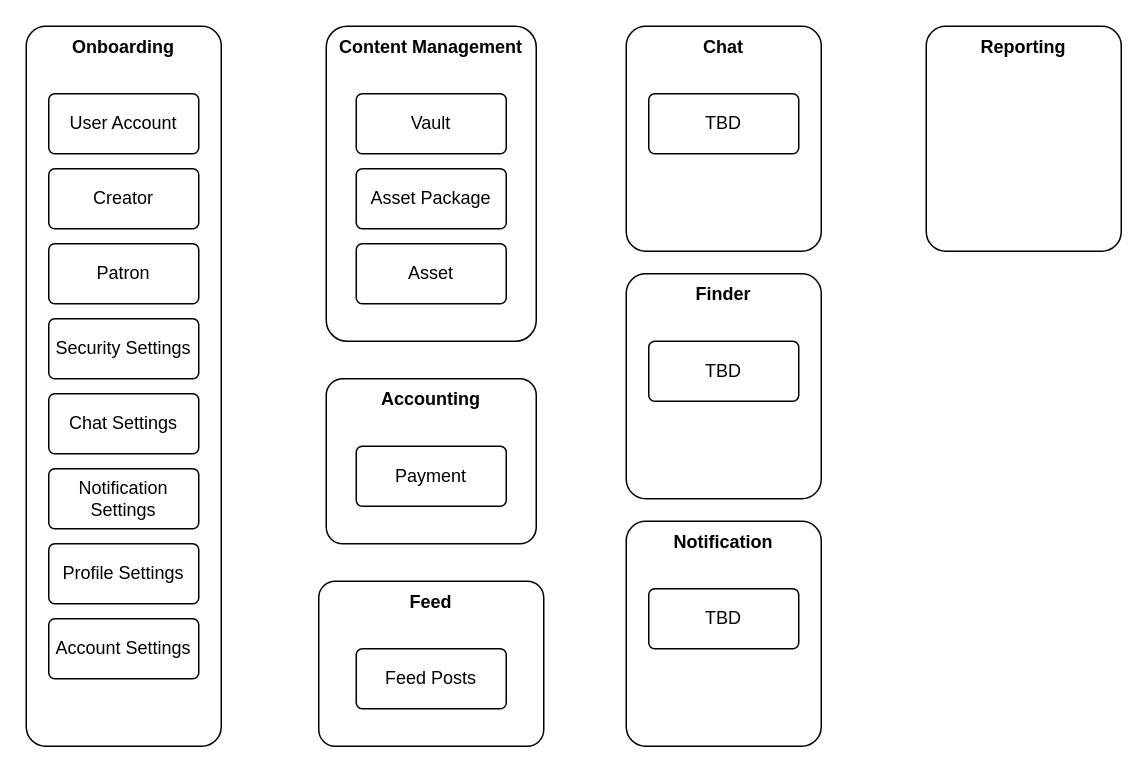
Earlier version of the draw.io diagram page "Domain Services" (3 of 3) of Documentation/High-Level Architecture.drawio (conradcreel/onlysats). Source tidied: cells renumbered, new cells numbered last; positions are measured from the earlier drawing's top-left corner, leaving out a move shared by most shapes. Both pictures are drawn from the tidied source at 150%, with x=0, y=0 at pixel (26, 26).
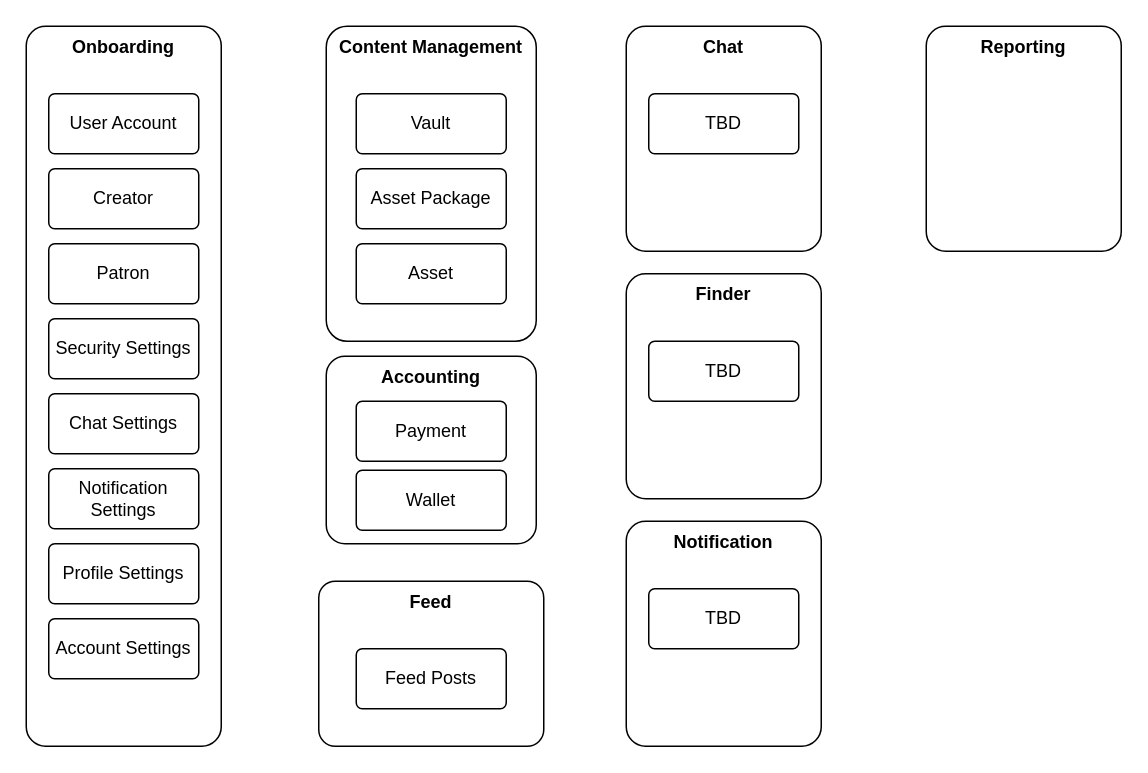
Above is the later version.

What changed in the source:
```diff
@@
     <mxCell id="2" value="Accounting" style="rounded=1;arcSize=10;whiteSpace=wrap;html=1;align=center;verticalAlign=top;fontStyle=1;" parent="1" vertex="1">
-      <mxGeometry x="200" y="235" width="140" height="110" as="geometry" />
+      <mxGeometry x="200" y="220" width="140" height="125" as="geometry" />
     </mxCell>
@@
     <mxCell id="19" value="Payment" style="rounded=1;arcSize=10;whiteSpace=wrap;html=1;align=center;" parent="1" vertex="1">
-      <mxGeometry x="220" y="280" width="100" height="40" as="geometry" />
+      <mxGeometry x="220" y="250" width="100" height="40" as="geometry" />
     </mxCell>
@@
+    <mxCell id="26" value="Wallet" style="rounded=1;arcSize=10;whiteSpace=wrap;html=1;align=center;" parent="1" vertex="1">
+      <mxGeometry x="220" y="296" width="100" height="40" as="geometry" />
+    </mxCell>
```
